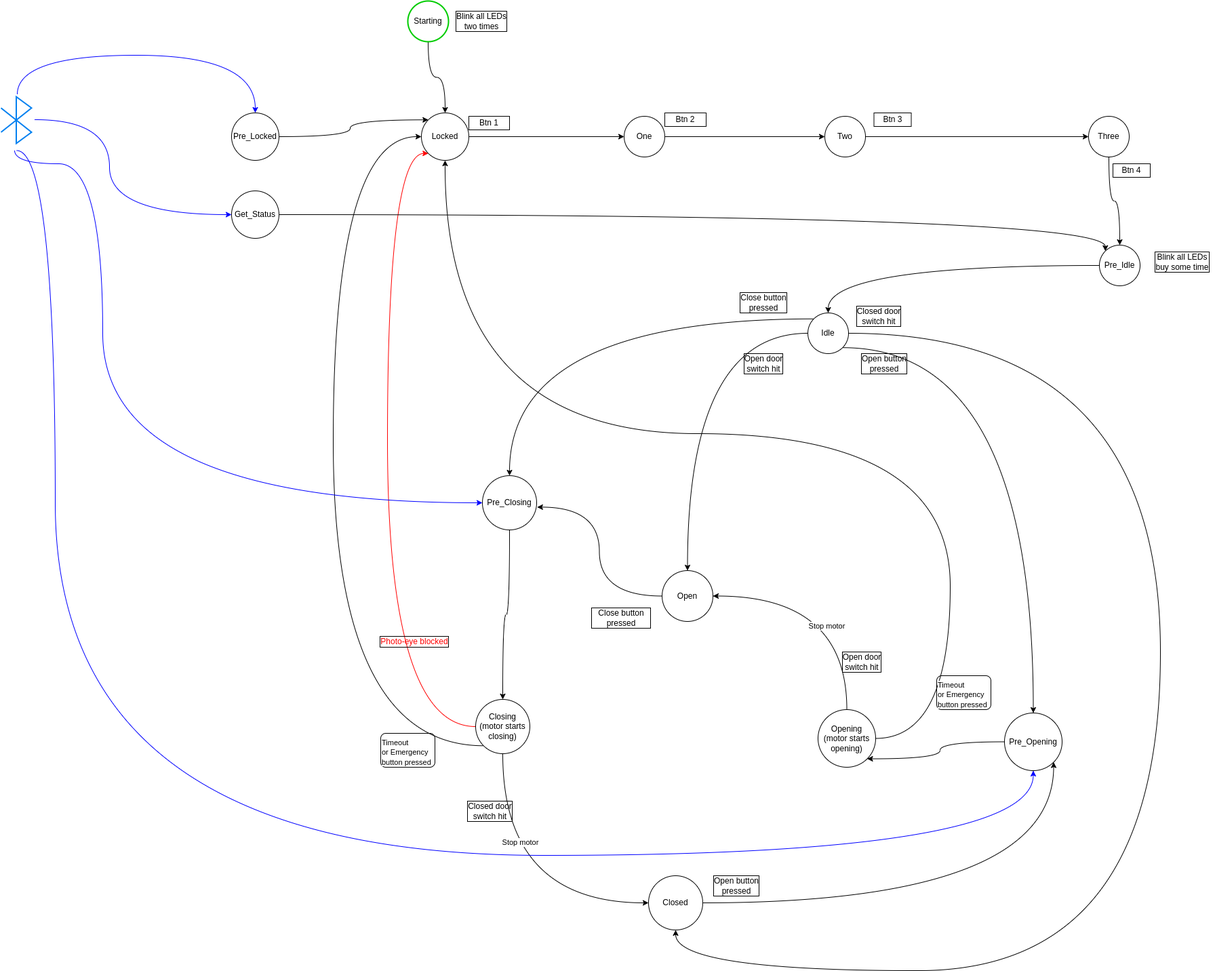
The draw.io diagram AtmelStudio/Drafts/GarageDoorBT/GarageDoorBT/GarageDoor State Map.drawio.png in xb0be/avr-programming, before a commit. Source tidied: cells renumbered, new cells last; positions are measured from the earlier drawing's top-left corner, leaving out a move shared by most shapes.
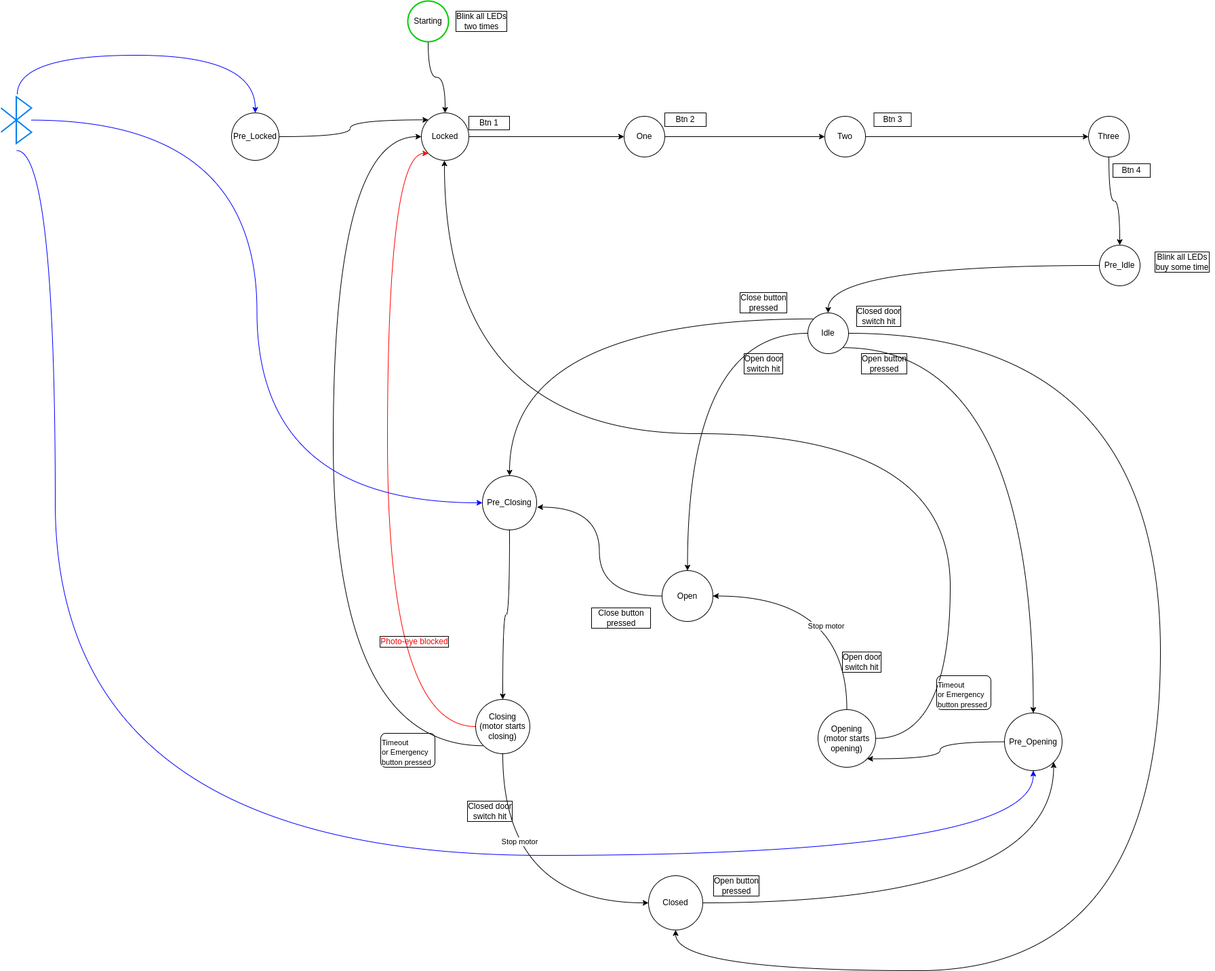
The same diagram one commit later.

Commit message:
State map updated (removed GET_STATUS)

Diff of the diagram source:
```diff
@@ -197,24 +197,6 @@
         </Array>
       </mxGeometry>
     </mxCell>
-    <mxCell id="57" style="edgeStyle=orthogonalEdgeStyle;curved=1;rounded=0;jettySize=auto;html=1;entryX=0;entryY=0.5;entryDx=0;entryDy=0;exitX=1.111;exitY=0.491;exitDx=0;exitDy=0;exitPerimeter=0;strokeColor=#0000FF;" parent="1" edge="1" source="60" target="62">
-      <mxGeometry relative="1" as="geometry">
-        <Array as="points">
-          <mxPoint x="160" y="175" />
-          <mxPoint x="160" y="315" />
-        </Array>
-      </mxGeometry>
-    </mxCell>
-    <mxCell id="58" style="edgeStyle=orthogonalEdgeStyle;curved=1;rounded=0;jettySize=auto;html=1;entryX=0;entryY=0.5;entryDx=0;entryDy=0;strokeColor=#0000FF;" parent="1" edge="1" target="53">
-      <mxGeometry relative="1" as="geometry">
-        <mxPoint x="20" y="220" as="sourcePoint" />
-        <Array as="points">
-          <mxPoint x="20" y="240" />
-          <mxPoint x="150" y="240" />
-          <mxPoint x="150" y="740" />
-        </Array>
-      </mxGeometry>
-    </mxCell>
     <mxCell id="59" style="edgeStyle=orthogonalEdgeStyle;curved=1;rounded=0;jettySize=auto;html=1;entryX=0.5;entryY=1;entryDx=0;entryDy=0;exitX=0.511;exitY=1.153;exitDx=0;exitDy=0;exitPerimeter=0;strokeColor=#0000FF;" parent="1" edge="1" source="60" target="51">
       <mxGeometry relative="1" as="geometry">
         <Array as="points">
@@ -224,14 +206,11 @@
         </Array>
       </mxGeometry>
     </mxCell>
+    <mxCell id="63" style="edgeStyle=orthogonalEdgeStyle;rounded=0;jettySize=auto;html=1;entryX=0;entryY=0.5;entryDx=0;entryDy=0;curved=1;strokeColor=#0000FF;" parent="1" edge="1" source="60" target="53">
+      <mxGeometry relative="1" as="geometry" />
+    </mxCell>
     <mxCell id="60" style="html=1;verticalLabelPosition=bottom;align=center;labelBackgroundColor=#ffffff;verticalAlign=top;strokeWidth=2;strokeColor=#0080F0;shadow=0;dashed=0;shape=mxgraph.ios7.icons.bluetooth;" parent="1" vertex="1">
       <mxGeometry y="141.2" width="45" height="68.8" as="geometry" />
     </mxCell>
-    <mxCell id="61" style="edgeStyle=orthogonalEdgeStyle;curved=1;rounded=0;jettySize=auto;html=1;entryX=0;entryY=0;entryDx=0;entryDy=0;" parent="1" edge="1" source="62" target="47">
-      <mxGeometry relative="1" as="geometry" />
-    </mxCell>
-    <mxCell id="62" value="Get_Status" style="ellipse;whiteSpace=wrap;html=1;" parent="1" vertex="1">
-      <mxGeometry x="340" y="280" width="70" height="70" as="geometry" />
-    </mxCell>
   </root>
 </mxGraphModel>
```
